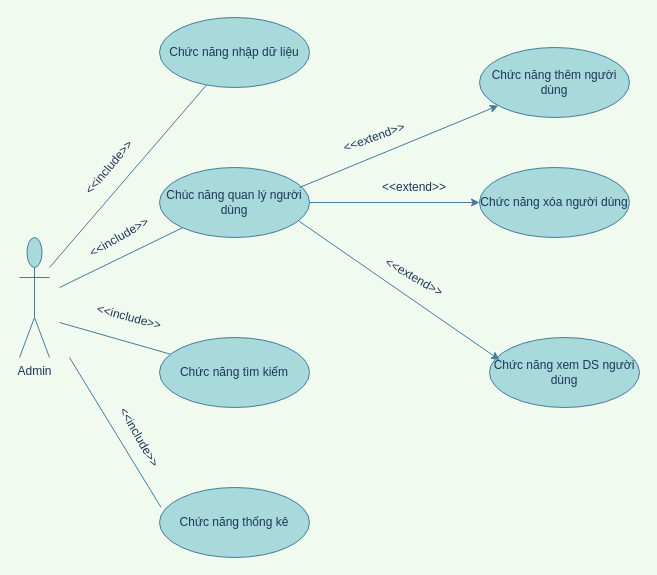
This is img/Bai6.drawio from truongflute/truongflute.github.io, a draw.io file, before an edit. Source tidied: cells renumbered, new cells numbered last; positions are measured from the earlier drawing's top-left corner, leaving out a move shared by most shapes. Both pictures are drawn from the tidied source at 100%, with x=0, y=0 at pixel (19, 17).
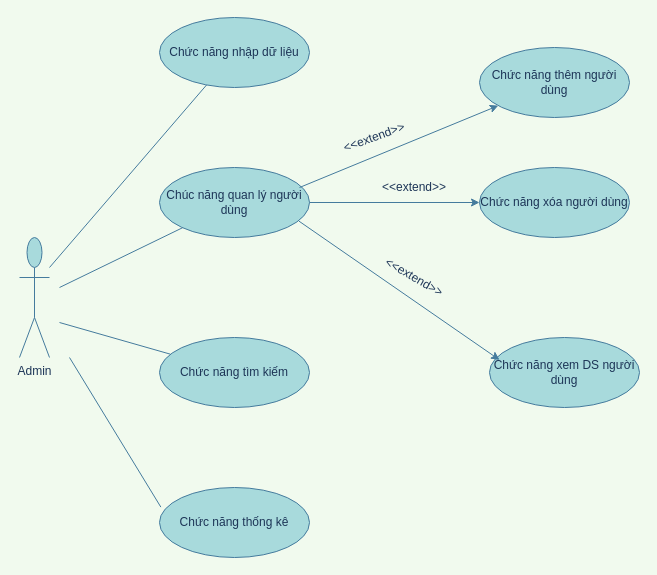
The same page after the edit.

Change to the diagram source:
```diff
@@
-    <mxCell id="20" value="&amp;lt;&amp;lt;include&amp;gt;&amp;gt;" style="text;html=1;strokeColor=none;fillColor=none;align=center;verticalAlign=middle;whiteSpace=wrap;rounded=0;sketch=0;rotation=-50;fontColor=#1D3557;" parent="1" vertex="1">
-      <mxGeometry x="70" y="140" width="40" height="20" as="geometry" />
-    </mxCell>
-    <mxCell id="21" value="&amp;lt;&amp;lt;include&amp;gt;&amp;gt;" style="text;html=1;strokeColor=none;fillColor=none;align=center;verticalAlign=middle;whiteSpace=wrap;rounded=0;sketch=0;rotation=-30;fontColor=#1D3557;" parent="1" vertex="1">
-      <mxGeometry x="80" y="210" width="40" height="20" as="geometry" />
-    </mxCell>
-    <mxCell id="22" value="&amp;lt;&amp;lt;include&amp;gt;&amp;gt;" style="text;html=1;strokeColor=none;fillColor=none;align=center;verticalAlign=middle;whiteSpace=wrap;rounded=0;sketch=0;rotation=15;fontColor=#1D3557;" parent="1" vertex="1">
-      <mxGeometry x="90" y="290" width="40" height="20" as="geometry" />
-    </mxCell>
-    <mxCell id="23" value="&amp;lt;&amp;lt;include&amp;gt;&amp;gt;" style="text;html=1;strokeColor=none;fillColor=none;align=center;verticalAlign=middle;whiteSpace=wrap;rounded=0;sketch=0;rotation=60;fontColor=#1D3557;" parent="1" vertex="1">
-      <mxGeometry x="100" y="410" width="40" height="20" as="geometry" />
-    </mxCell>
```
